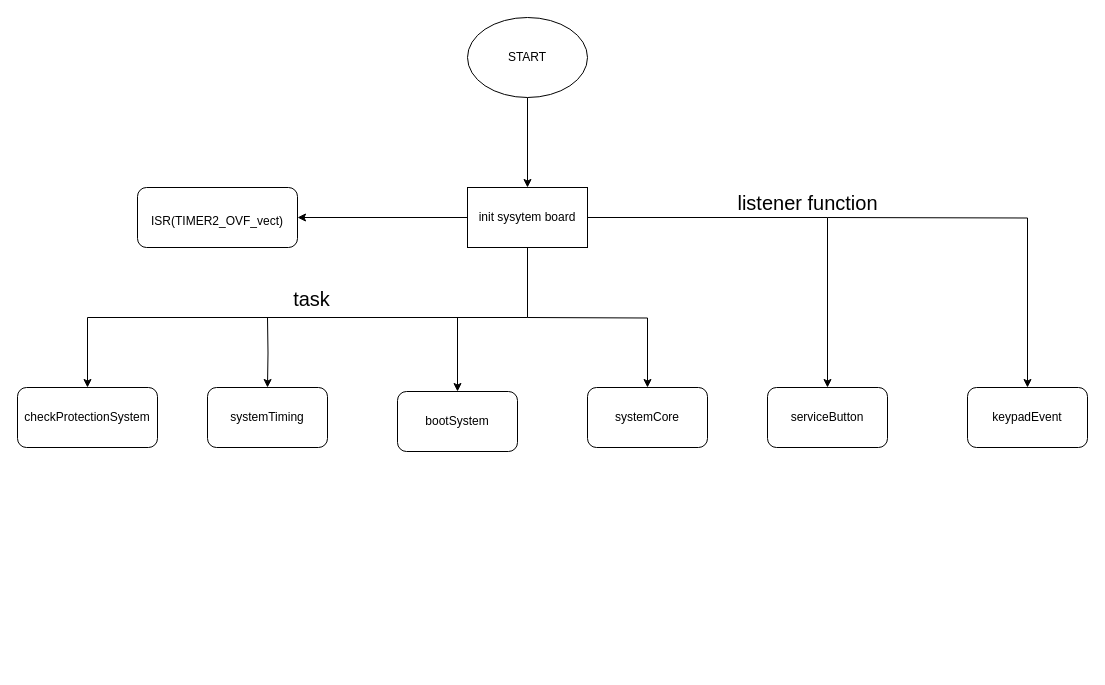
The draw.io diagram Diagramma non titolato.drawio in antovar70/CiabattaDomotica, before the edit. Source tidied: cells renumbered, new cells numbered last; positions are measured from the earlier drawing's top-left corner, leaving out a move shared by most shapes. Both pictures are drawn from the tidied source at 100%, with x=0, y=0 at pixel (17, 17).
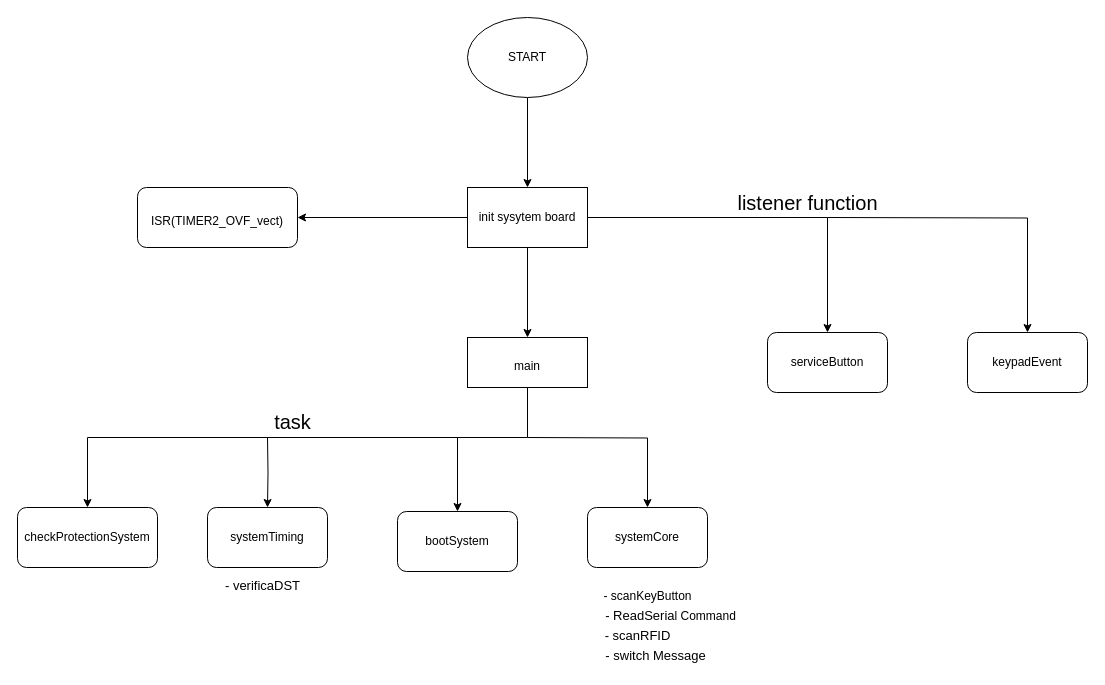
The same page after the edit.

Unchanged cells that the change refers to:
```xml
<mxCell id="7" value="init sysytem board" style="rounded=0;whiteSpace=wrap;html=1;" parent="1" vertex="1">
  <mxGeometry x="450" y="170" width="120" height="60" as="geometry" />
</mxCell>
```

The edit, as a diff of the source:
```diff
@@
-    <mxCell id="4" style="edgeStyle=orthogonalEdgeStyle;rounded=0;jettySize=auto;html=1;exitX=0.5;exitY=1;exitDx=0;exitDy=0;entryX=0.5;entryY=0;entryDx=0;entryDy=0;" parent="1" edge="1" source="7" target="8">
-      <mxGeometry relative="1" as="geometry" />
-    </mxCell>
@@
+    <mxCell id="21" style="edgeStyle=orthogonalEdgeStyle;rounded=0;jettySize=auto;html=1;entryX=0.5;entryY=0;entryDx=0;entryDy=0;fontSize=20;" parent="1" edge="1" source="7" target="23">
+      <mxGeometry relative="1" as="geometry" />
+    </mxCell>
@@
     <mxCell id="8" value="checkProtectionSystem" style="rounded=1;whiteSpace=wrap;html=1;" parent="1" vertex="1">
-      <mxGeometry y="370" width="140" height="60" as="geometry" />
+      <mxGeometry y="490" width="140" height="60" as="geometry" />
     </mxCell>
     <mxCell id="9" style="edgeStyle=orthogonalEdgeStyle;rounded=0;jettySize=auto;html=1;entryX=0.5;entryY=0;entryDx=0;entryDy=0;" parent="1" edge="1" target="10">
       <mxGeometry relative="1" as="geometry">
-        <mxPoint x="250" y="300" as="sourcePoint" />
+        <mxPoint x="250" y="420" as="sourcePoint" />
       </mxGeometry>
     </mxCell>
     <mxCell id="10" value="systemTiming" style="rounded=1;whiteSpace=wrap;html=1;" parent="1" vertex="1">
-      <mxGeometry x="190" y="370" width="120" height="60" as="geometry" />
+      <mxGeometry x="190" y="490" width="120" height="60" as="geometry" />
     </mxCell>
     <mxCell id="11" style="edgeStyle=orthogonalEdgeStyle;rounded=0;jettySize=auto;html=1;" parent="1" edge="1" target="12">
       <mxGeometry relative="1" as="geometry">
-        <mxPoint x="440" y="300" as="sourcePoint" />
+        <mxPoint x="440" y="420" as="sourcePoint" />
         <Array as="points">
-          <mxPoint x="440" y="300" />
+          <mxPoint x="440" y="420" />
         </Array>
       </mxGeometry>
     </mxCell>
     <mxCell id="12" value="bootSystem" style="rounded=1;whiteSpace=wrap;html=1;" parent="1" vertex="1">
-      <mxGeometry x="380" y="374" width="120" height="60" as="geometry" />
+      <mxGeometry x="380" y="494" width="120" height="60" as="geometry" />
     </mxCell>
     <mxCell id="13" style="edgeStyle=orthogonalEdgeStyle;rounded=0;jettySize=auto;html=1;entryX=0.5;entryY=0;entryDx=0;entryDy=0;" parent="1" edge="1" target="14">
       <mxGeometry relative="1" as="geometry">
-        <mxPoint x="510" y="300" as="sourcePoint" />
+        <mxPoint x="510" y="420" as="sourcePoint" />
       </mxGeometry>
     </mxCell>
     <mxCell id="14" value="systemCore" style="rounded=1;whiteSpace=wrap;html=1;" parent="1" vertex="1">
-      <mxGeometry x="570" y="370" width="120" height="60" as="geometry" />
+      <mxGeometry x="570" y="490" width="120" height="60" as="geometry" />
     </mxCell>
     <mxCell id="15" value="serviceButton" style="rounded=1;whiteSpace=wrap;html=1;" parent="1" vertex="1">
-      <mxGeometry x="750" y="370" width="120" height="60" as="geometry" />
+      <mxGeometry x="750" y="315" width="120" height="60" as="geometry" />
     </mxCell>
@@
     <mxCell id="17" value="keypadEvent" style="rounded=1;whiteSpace=wrap;html=1;" parent="1" vertex="1">
-      <mxGeometry x="950" y="370" width="120" height="60" as="geometry" />
+      <mxGeometry x="950" y="315" width="120" height="60" as="geometry" />
     </mxCell>
     <mxCell id="18" value="task" style="text;html=1;align=center;verticalAlign=middle;fontSize=20;" parent="1" vertex="1">
-      <mxGeometry x="269" y="266" width="50" height="30" as="geometry" />
+      <mxGeometry x="250" y="389" width="50" height="30" as="geometry" />
     </mxCell>
@@
+    <mxCell id="22" style="edgeStyle=orthogonalEdgeStyle;rounded=0;jettySize=auto;html=1;entryX=0.5;entryY=0;entryDx=0;entryDy=0;fontSize=20;" parent="1" edge="1" source="23" target="8">
+      <mxGeometry relative="1" as="geometry">
+        <Array as="points">
+          <mxPoint x="510" y="420" />
+          <mxPoint x="70" y="420" />
+        </Array>
+      </mxGeometry>
+    </mxCell>
+    <mxCell id="23" value="&lt;font style=&quot;font-size: 12px&quot;&gt;main&lt;/font&gt;" style="rounded=0;whiteSpace=wrap;html=1;fontSize=20;" parent="1" vertex="1">
+      <mxGeometry x="450" y="320" width="120" height="50" as="geometry" />
+    </mxCell>
+    <mxCell id="24" value="&lt;font style=&quot;font-size: 12px&quot;&gt;- scanKeyButton&lt;/font&gt;" style="text;html=1;align=center;verticalAlign=middle;fontSize=20;" parent="1" vertex="1">
+      <mxGeometry x="580" y="560" width="100" height="30" as="geometry" />
+    </mxCell>
+    <mxCell id="25" value="&lt;font style=&quot;font-size: 13px&quot;&gt;- ReadSeria&lt;/font&gt;&lt;font style=&quot;font-size: 12px&quot;&gt;l Command&lt;/font&gt;" style="text;html=1;align=center;verticalAlign=middle;fontSize=20;" parent="1" vertex="1">
+      <mxGeometry x="578" y="580" width="150" height="30" as="geometry" />
+    </mxCell>
+    <mxCell id="26" value="&lt;font style=&quot;font-size: 13px&quot;&gt;- scanRFID&lt;/font&gt;" style="text;html=1;align=center;verticalAlign=middle;fontSize=20;" parent="1" vertex="1">
+      <mxGeometry x="580" y="600" width="80" height="30" as="geometry" />
+    </mxCell>
+    <mxCell id="27" value="&lt;font style=&quot;font-size: 13px&quot;&gt;- verificaDST&lt;/font&gt;" style="text;html=1;align=center;verticalAlign=middle;fontSize=20;" parent="1" vertex="1">
+      <mxGeometry x="200" y="550" width="90" height="30" as="geometry" />
+    </mxCell>
+    <mxCell id="28" value="&lt;font style=&quot;font-size: 13px&quot;&gt;- switch Message&lt;/font&gt;" style="text;html=1;align=center;verticalAlign=middle;fontSize=20;" parent="1" vertex="1">
+      <mxGeometry x="578" y="620" width="120" height="30" as="geometry" />
+    </mxCell>
```
